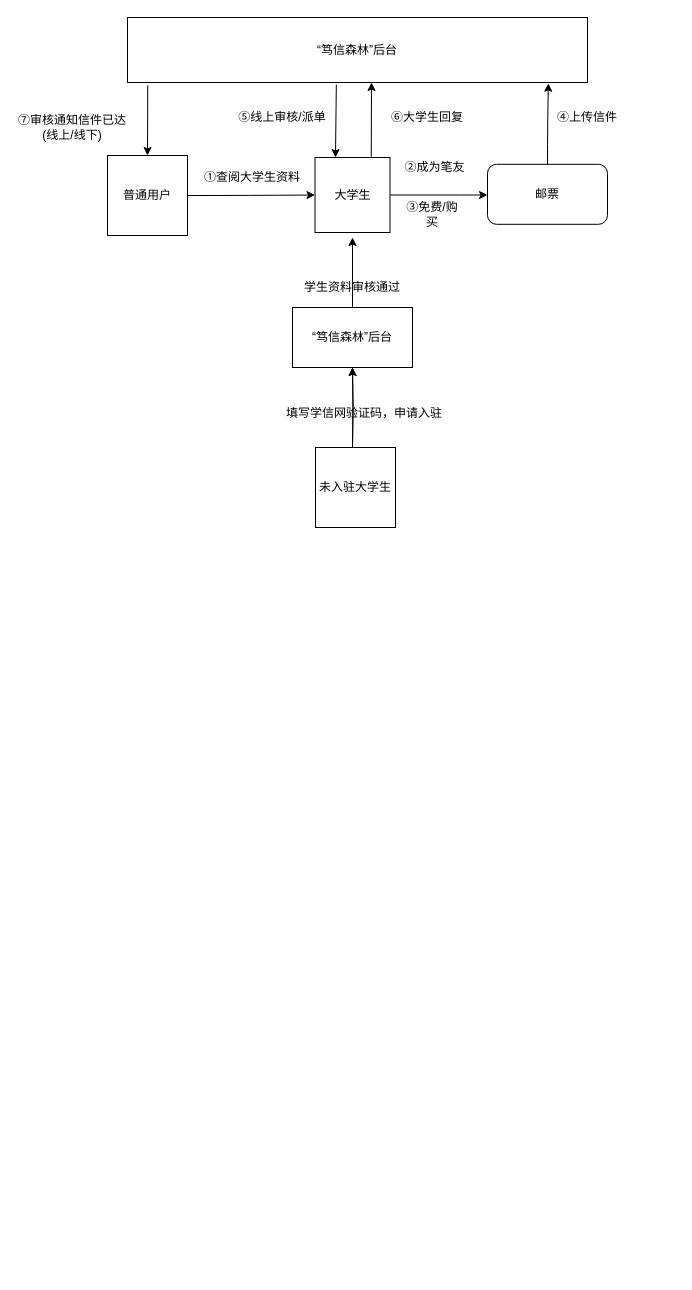
Above: 未命名绘图.drawio in gofish2020/zhimeng (draw.io), before the change. Source tidied: cells renumbered, new cells numbered last; positions are measured from the earlier drawing's top-left corner, leaving out a move shared by most shapes. Both pictures are drawn from the tidied source at 100%, with x=0, y=0 at pixel (17, 17).
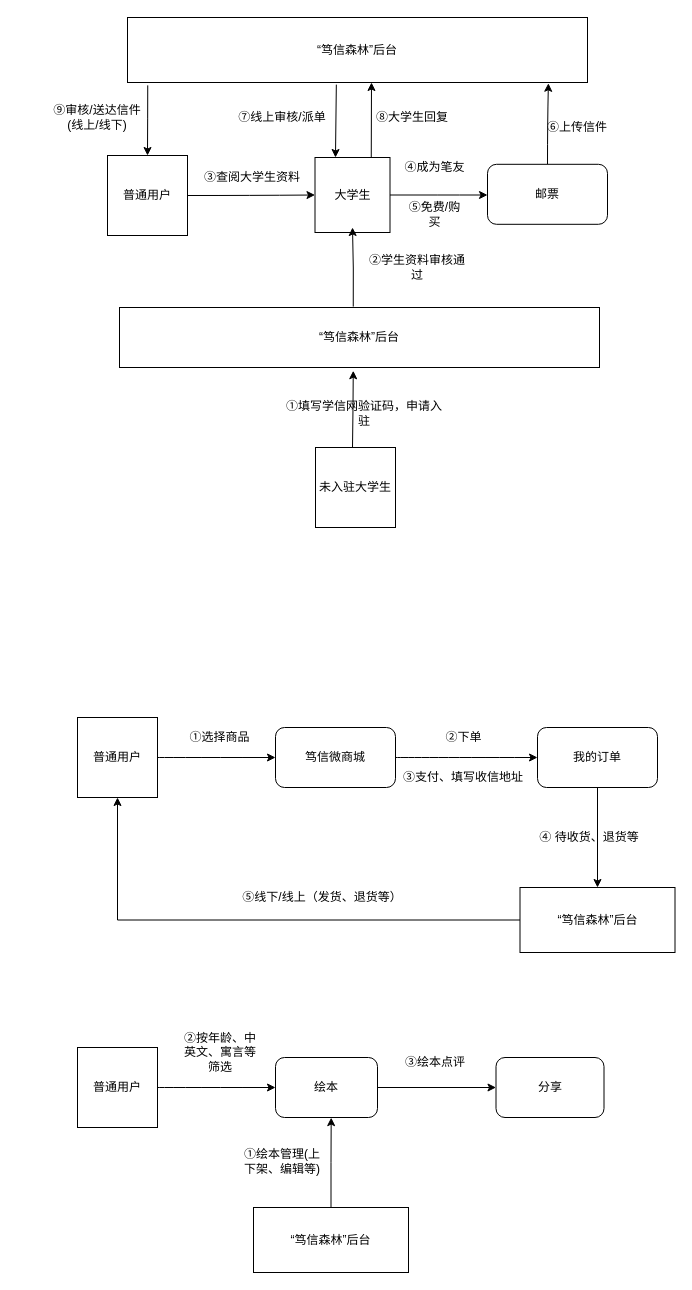
Above is the later version.

Commit message (it also covers changes not shown here):
更新未命名绘图.drawio

What changed in the source:
```diff
@@
-    <mxCell id="4" style="edgeStyle=orthogonalEdgeStyle;rounded=0;jettySize=auto;html=1;entryX=0.5;entryY=1;entryDx=0;entryDy=0;" parent="1" edge="1" target="15">
-      <mxGeometry relative="1" as="geometry">
-        <mxPoint x="335" y="430" as="sourcePoint" />
-      </mxGeometry>
-    </mxCell>
-    <mxCell id="5" value="填写学信网验证码，申请入驻" style="text;html=1;strokeColor=none;fillColor=none;align=center;verticalAlign=middle;whiteSpace=wrap;rounded=0;" parent="1" vertex="1">
+    <mxCell id="5" value="①填写学信网验证码，申请入驻" style="text;html=1;strokeColor=none;fillColor=none;align=center;verticalAlign=middle;whiteSpace=wrap;rounded=0;" parent="1" vertex="1">
       <mxGeometry x="264" y="390" width="166" height="12.5" as="geometry" />
     </mxCell>
-    <mxCell id="6" value="①查阅大学生资料" style="text;html=1;strokeColor=none;fillColor=none;align=center;verticalAlign=middle;whiteSpace=wrap;rounded=0;" parent="1" vertex="1">
+    <mxCell id="6" value="③查阅大学生资料" style="text;html=1;strokeColor=none;fillColor=none;align=center;verticalAlign=middle;whiteSpace=wrap;rounded=0;" parent="1" vertex="1">
       <mxGeometry x="185" y="150" width="100" height="20" as="geometry" />
     </mxCell>
@@
-    <mxCell id="9" value="④上传信件" style="text;html=1;strokeColor=none;fillColor=none;align=center;verticalAlign=middle;whiteSpace=wrap;rounded=0;" parent="1" vertex="1">
-      <mxGeometry x="530" y="90" width="80" height="20" as="geometry" />
+    <mxCell id="9" value="⑥上传信件" style="text;html=1;strokeColor=none;fillColor=none;align=center;verticalAlign=middle;whiteSpace=wrap;rounded=0;" parent="1" vertex="1">
+      <mxGeometry x="520" y="100" width="80" height="20" as="geometry" />
     </mxCell>
@@
-    <mxCell id="14" style="edgeStyle=orthogonalEdgeStyle;rounded=0;jettySize=auto;html=1;" parent="1" edge="1" source="15">
+    <mxCell id="14" style="edgeStyle=orthogonalEdgeStyle;rounded=0;jettySize=auto;html=1;exitX=0.487;exitY=-0.015;exitDx=0;exitDy=0;exitPerimeter=0;" parent="1" edge="1" source="15">
       <mxGeometry relative="1" as="geometry">
-        <mxPoint x="335" y="220" as="targetPoint" />
+        <mxPoint x="335" y="210" as="targetPoint" />
       </mxGeometry>
     </mxCell>
     <mxCell id="15" value="“笃信森林”后台" style="rounded=0;whiteSpace=wrap;html=1;" parent="1" vertex="1">
-      <mxGeometry x="275" y="290" width="120" height="60" as="geometry" />
+      <mxGeometry x="102" y="290" width="480" height="60" as="geometry" />
     </mxCell>
-    <mxCell id="16" value="学生资料审核通过" style="text;html=1;strokeColor=none;fillColor=none;align=center;verticalAlign=middle;whiteSpace=wrap;rounded=0;" parent="1" vertex="1">
-      <mxGeometry x="285" y="260" width="100" height="20" as="geometry" />
+    <mxCell id="16" value="②学生资料审核通过" style="text;html=1;strokeColor=none;fillColor=none;align=center;verticalAlign=middle;whiteSpace=wrap;rounded=0;" parent="1" vertex="1">
+      <mxGeometry x="350" y="240" width="100" height="20" as="geometry" />
     </mxCell>
-    <mxCell id="17" style="edgeStyle=orthogonalEdgeStyle;rounded=0;jettySize=auto;html=1;" parent="1" edge="1" target="15">
+    <mxCell id="17" style="edgeStyle=orthogonalEdgeStyle;rounded=0;jettySize=auto;html=1;entryX=0.487;entryY=1.054;entryDx=0;entryDy=0;entryPerimeter=0;" parent="1" edge="1" target="15">
       <mxGeometry relative="1" as="geometry">
         <mxPoint x="335" y="430" as="sourcePoint" />
       </mxGeometry>
     </mxCell>
-    <mxCell id="18" value="②成为笔友" style="text;html=1;strokeColor=none;fillColor=none;align=center;verticalAlign=middle;whiteSpace=wrap;rounded=0;" parent="1" vertex="1">
+    <mxCell id="18" value="④成为笔友" style="text;html=1;strokeColor=none;fillColor=none;align=center;verticalAlign=middle;whiteSpace=wrap;rounded=0;" parent="1" vertex="1">
       <mxGeometry x="385" y="140" width="65" height="20" as="geometry" />
     </mxCell>
@@
-    <mxCell id="20" value="③免费/购买" style="text;html=1;strokeColor=none;fillColor=none;align=center;verticalAlign=middle;whiteSpace=wrap;rounded=0;" parent="1" vertex="1">
-      <mxGeometry x="385" y="186.8" width="60" height="20" as="geometry" />
+    <mxCell id="20" value="⑤免费/购买" style="text;html=1;strokeColor=none;fillColor=none;align=center;verticalAlign=middle;whiteSpace=wrap;rounded=0;" parent="1" vertex="1">
+      <mxGeometry x="385" y="186.8" width="65" height="20" as="geometry" />
     </mxCell>
-    <mxCell id="21" value="⑤线上审核/派单" style="text;html=1;strokeColor=none;fillColor=none;align=center;verticalAlign=middle;whiteSpace=wrap;rounded=0;" parent="1" vertex="1">
+    <mxCell id="21" value="⑦线上审核/派单" style="text;html=1;strokeColor=none;fillColor=none;align=center;verticalAlign=middle;whiteSpace=wrap;rounded=0;" parent="1" vertex="1">
       <mxGeometry x="210" y="90" width="110" height="20" as="geometry" />
     </mxCell>
@@
-    <mxCell id="24" value="⑥大学生回复" style="text;html=1;strokeColor=none;fillColor=none;align=center;verticalAlign=middle;whiteSpace=wrap;rounded=0;" parent="1" vertex="1">
-      <mxGeometry x="355" y="90" width="110" height="20" as="geometry" />
+    <mxCell id="24" value="⑧大学生回复" style="text;html=1;strokeColor=none;fillColor=none;align=center;verticalAlign=middle;whiteSpace=wrap;rounded=0;" parent="1" vertex="1">
+      <mxGeometry x="340" y="90" width="110" height="20" as="geometry" />
     </mxCell>
-    <mxCell id="25" value="⑦审核通知信件已达(线上/线下)" style="text;html=1;strokeColor=none;fillColor=none;align=center;verticalAlign=middle;whiteSpace=wrap;rounded=0;" parent="1" vertex="1">
-      <mxGeometry y="100" width="110" height="20" as="geometry" />
+    <mxCell id="25" value="⑨审核/送达信件(线上/线下)" style="text;html=1;strokeColor=none;fillColor=none;align=center;verticalAlign=middle;whiteSpace=wrap;rounded=0;" parent="1" vertex="1">
+      <mxGeometry x="30" y="85" width="100" height="30" as="geometry" />
     </mxCell>
+    <mxCell id="26" style="edgeStyle=orthogonalEdgeStyle;curved=1;rounded=0;jettySize=auto;html=1;entryX=0;entryY=0.5;entryDx=0;entryDy=0;" parent="1" edge="1" source="27" target="29">
+      <mxGeometry relative="1" as="geometry" />
+    </mxCell>
+    <mxCell id="27" value="普通用户" style="whiteSpace=wrap;html=1;" parent="1" vertex="1">
+      <mxGeometry x="60" y="700" width="80" height="80" as="geometry" />
+    </mxCell>
+    <mxCell id="28" style="edgeStyle=orthogonalEdgeStyle;curved=1;rounded=0;jettySize=auto;html=1;entryX=0;entryY=0.5;entryDx=0;entryDy=0;" parent="1" edge="1" source="29" target="37">
+      <mxGeometry relative="1" as="geometry" />
+    </mxCell>
+    <mxCell id="29" value="笃信微商城" style="rounded=1;whiteSpace=wrap;html=1;" parent="1" vertex="1">
+      <mxGeometry x="258" y="710" width="120" height="60" as="geometry" />
+    </mxCell>
+    <mxCell id="30" value="①选择商品" style="text;html=1;strokeColor=none;fillColor=none;align=center;verticalAlign=middle;whiteSpace=wrap;rounded=0;" parent="1" vertex="1">
+      <mxGeometry x="170" y="710" width="65" height="20" as="geometry" />
+    </mxCell>
+    <mxCell id="31" value="②下单" style="text;html=1;strokeColor=none;fillColor=none;align=center;verticalAlign=middle;whiteSpace=wrap;rounded=0;" parent="1" vertex="1">
+      <mxGeometry x="413.5" y="710" width="65" height="20" as="geometry" />
+    </mxCell>
+    <mxCell id="32" style="edgeStyle=orthogonalEdgeStyle;rounded=0;jettySize=auto;html=1;entryX=0.5;entryY=1;entryDx=0;entryDy=0;" parent="1" edge="1" source="33" target="27">
+      <mxGeometry relative="1" as="geometry" />
+    </mxCell>
+    <mxCell id="33" value="“笃信森林”后台" style="rounded=0;whiteSpace=wrap;html=1;" parent="1" vertex="1">
+      <mxGeometry x="502.5" y="870" width="155" height="65" as="geometry" />
+    </mxCell>
+    <mxCell id="34" value="③支付、填写收信地址" style="text;html=1;strokeColor=none;fillColor=none;align=center;verticalAlign=middle;whiteSpace=wrap;rounded=0;" parent="1" vertex="1">
+      <mxGeometry x="385" y="750" width="122" height="20" as="geometry" />
+    </mxCell>
+    <mxCell id="35" value="④ 待收货、退货等" style="text;html=1;strokeColor=none;fillColor=none;align=center;verticalAlign=middle;whiteSpace=wrap;rounded=0;" parent="1" vertex="1">
+      <mxGeometry x="507" y="810" width="130" height="20" as="geometry" />
+    </mxCell>
+    <mxCell id="36" style="edgeStyle=orthogonalEdgeStyle;rounded=0;jettySize=auto;html=1;entryX=0.5;entryY=0;entryDx=0;entryDy=0;" parent="1" edge="1" source="37" target="33">
+      <mxGeometry relative="1" as="geometry" />
+    </mxCell>
+    <mxCell id="37" value="我的订单" style="rounded=1;whiteSpace=wrap;html=1;" parent="1" vertex="1">
+      <mxGeometry x="520" y="710" width="120" height="60" as="geometry" />
+    </mxCell>
+    <mxCell id="38" value="⑤线下/线上（发货、退货等）" style="text;html=1;strokeColor=none;fillColor=none;align=center;verticalAlign=middle;whiteSpace=wrap;rounded=0;" parent="1" vertex="1">
+      <mxGeometry x="220" y="870" width="170" height="20" as="geometry" />
+    </mxCell>
+    <mxCell id="39" style="edgeStyle=orthogonalEdgeStyle;curved=1;rounded=0;jettySize=auto;html=1;entryX=0;entryY=0.5;entryDx=0;entryDy=0;" parent="1" edge="1" source="40" target="42">
+      <mxGeometry relative="1" as="geometry" />
+    </mxCell>
+    <mxCell id="40" value="普通用户" style="whiteSpace=wrap;html=1;" parent="1" vertex="1">
+      <mxGeometry x="60" y="1030" width="80" height="80" as="geometry" />
+    </mxCell>
+    <mxCell id="41" style="edgeStyle=orthogonalEdgeStyle;rounded=0;jettySize=auto;html=1;" parent="1" edge="1" source="42" target="44">
+      <mxGeometry relative="1" as="geometry" />
+    </mxCell>
+    <mxCell id="42" value="绘本" style="rounded=1;whiteSpace=wrap;html=1;" parent="1" vertex="1">
+      <mxGeometry x="258" y="1040" width="102" height="60" as="geometry" />
+    </mxCell>
+    <mxCell id="43" value="②按年龄、中英文、寓言等筛选" style="text;html=1;strokeColor=none;fillColor=none;align=center;verticalAlign=middle;whiteSpace=wrap;rounded=0;" parent="1" vertex="1">
+      <mxGeometry x="162.5" y="1010" width="80" height="50" as="geometry" />
+    </mxCell>
+    <mxCell id="44" value="分享" style="whiteSpace=wrap;html=1;rounded=1;" parent="1" vertex="1">
+      <mxGeometry x="478.5" y="1040" width="108" height="60" as="geometry" />
+    </mxCell>
+    <mxCell id="45" style="edgeStyle=orthogonalEdgeStyle;rounded=0;jettySize=auto;html=1;entryX=0.546;entryY=1.002;entryDx=0;entryDy=0;entryPerimeter=0;" parent="1" edge="1" source="46" target="42">
+      <mxGeometry relative="1" as="geometry" />
+    </mxCell>
+    <mxCell id="46" value="“笃信森林”后台" style="rounded=0;whiteSpace=wrap;html=1;" parent="1" vertex="1">
+      <mxGeometry x="236" y="1190" width="155" height="65" as="geometry" />
+    </mxCell>
+    <mxCell id="47" value="①绘本管理(上下架、编辑等)" style="text;html=1;strokeColor=none;fillColor=none;align=center;verticalAlign=middle;whiteSpace=wrap;rounded=0;" parent="1" vertex="1">
+      <mxGeometry x="225" y="1119" width="80" height="50" as="geometry" />
+    </mxCell>
+    <mxCell id="48" value="③绘本点评" style="text;html=1;strokeColor=none;fillColor=none;align=center;verticalAlign=middle;whiteSpace=wrap;rounded=0;" parent="1" vertex="1">
+      <mxGeometry x="372.5" y="1020" width="90" height="50" as="geometry" />
+    </mxCell>
```
